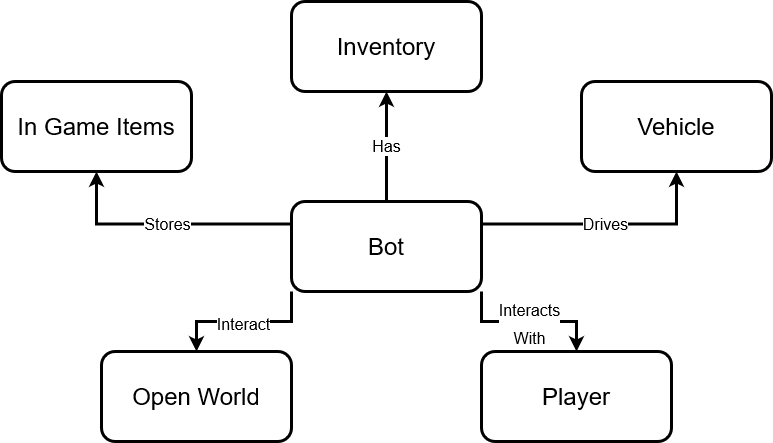
Above: Pictures/crs/crc 8.drawio.png in FM-Man/SPL_2 (draw.io), before the change. Source tidied: cells renumbered, new cells last; positions are measured from the earlier drawing's top-left corner, leaving out a move shared by most shapes. The source it was exported from:
```xml
<mxGraphModel>
  <root>
    <mxCell id="0" />
    <mxCell id="1" parent="0" />
    <mxCell id="2" value="Has" style="edgeStyle=orthogonalEdgeStyle;rounded=0;jettySize=auto;html=1;entryX=0.5;entryY=1;entryDx=0;entryDy=0;fontSize=16;strokeWidth=3;" parent="1" edge="1" source="7" target="8">
      <mxGeometry relative="1" as="geometry" />
    </mxCell>
    <mxCell id="3" value="Drives" style="edgeStyle=orthogonalEdgeStyle;rounded=0;jettySize=auto;html=1;exitX=1;exitY=0.25;exitDx=0;exitDy=0;entryX=0.5;entryY=1;entryDx=0;entryDy=0;fontSize=16;strokeWidth=3;" parent="1" edge="1" source="7" target="9">
      <mxGeometry relative="1" as="geometry" />
    </mxCell>
    <mxCell id="4" value="Stores" style="edgeStyle=orthogonalEdgeStyle;rounded=0;jettySize=auto;html=1;exitX=0;exitY=0.25;exitDx=0;exitDy=0;entryX=0.5;entryY=1;entryDx=0;entryDy=0;fontSize=16;strokeWidth=3;" parent="1" edge="1" source="7" target="10">
      <mxGeometry relative="1" as="geometry" />
    </mxCell>
    <mxCell id="5" value="&lt;font style=&quot;font-size: 16px&quot;&gt;Interact&lt;/font&gt;" style="edgeStyle=orthogonalEdgeStyle;rounded=0;jettySize=auto;html=1;exitX=0;exitY=1;exitDx=0;exitDy=0;entryX=0.5;entryY=0;entryDx=0;entryDy=0;fontSize=24;strokeWidth=3;" parent="1" edge="1" source="7" target="11">
      <mxGeometry relative="1" as="geometry" />
    </mxCell>
    <mxCell id="6" value="&lt;div&gt;&lt;font style=&quot;font-size: 16px&quot;&gt;Interacts&lt;/font&gt;&lt;/div&gt;&lt;div&gt;&lt;font style=&quot;font-size: 16px&quot;&gt;With&lt;/font&gt;&lt;/div&gt;" style="edgeStyle=orthogonalEdgeStyle;rounded=0;jettySize=auto;html=1;exitX=1;exitY=1;exitDx=0;exitDy=0;fontSize=24;strokeWidth=3;" parent="1" edge="1" source="7" target="12">
      <mxGeometry relative="1" as="geometry" />
    </mxCell>
    <mxCell id="7" value="&lt;font style=&quot;font-size: 24px&quot;&gt;Bot&lt;/font&gt;" style="rounded=1;whiteSpace=wrap;html=1;strokeWidth=3;" parent="1" vertex="1">
      <mxGeometry x="290" y="200" width="190" height="90" as="geometry" />
    </mxCell>
    <mxCell id="8" value="&lt;font style=&quot;font-size: 24px&quot;&gt;Inventory&lt;/font&gt;" style="rounded=1;whiteSpace=wrap;html=1;strokeWidth=3;" parent="1" vertex="1">
      <mxGeometry x="290" width="190" height="90" as="geometry" />
    </mxCell>
    <mxCell id="9" value="&lt;font style=&quot;font-size: 24px&quot;&gt;Vehicle&lt;/font&gt;" style="rounded=1;whiteSpace=wrap;html=1;strokeWidth=3;" parent="1" vertex="1">
      <mxGeometry x="580" y="80" width="190" height="90" as="geometry" />
    </mxCell>
    <mxCell id="10" value="&lt;font style=&quot;font-size: 24px&quot;&gt;In Game Items&lt;br&gt;&lt;/font&gt;" style="rounded=1;whiteSpace=wrap;html=1;strokeWidth=3;" parent="1" vertex="1">
      <mxGeometry y="80" width="190" height="90" as="geometry" />
    </mxCell>
    <mxCell id="11" value="&lt;font style=&quot;font-size: 24px&quot;&gt;Open World&lt;br&gt;&lt;/font&gt;" style="rounded=1;whiteSpace=wrap;html=1;strokeWidth=3;" parent="1" vertex="1">
      <mxGeometry x="100" y="350" width="190" height="90" as="geometry" />
    </mxCell>
    <mxCell id="12" value="&lt;font style=&quot;font-size: 24px&quot;&gt;Player&lt;br&gt;&lt;/font&gt;" style="rounded=1;whiteSpace=wrap;html=1;strokeWidth=3;" parent="1" vertex="1">
      <mxGeometry x="480" y="350" width="190" height="90" as="geometry" />
    </mxCell>
  </root>
</mxGraphModel>
```
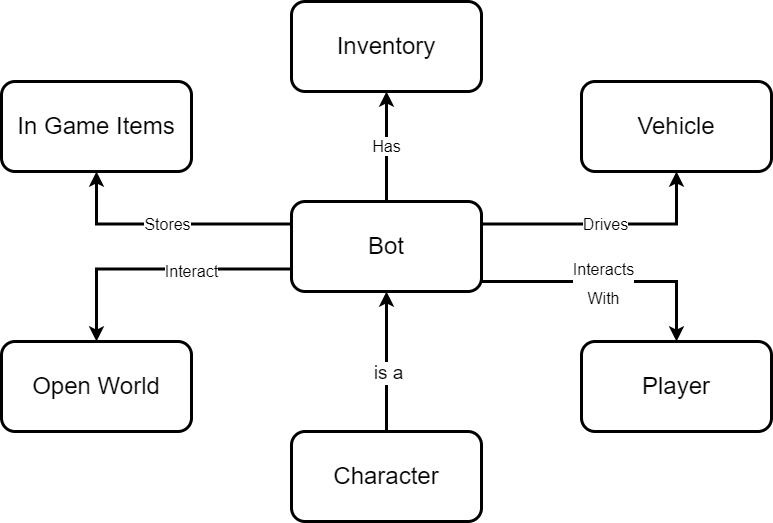
The same diagram one commit later.

What changed in the source:
```diff
@@ -11,11 +11,16 @@
     <mxCell id="4" value="Stores" style="edgeStyle=orthogonalEdgeStyle;rounded=0;jettySize=auto;html=1;exitX=0;exitY=0.25;exitDx=0;exitDy=0;entryX=0.5;entryY=1;entryDx=0;entryDy=0;fontSize=16;strokeWidth=3;" parent="1" edge="1" source="7" target="10">
       <mxGeometry relative="1" as="geometry" />
     </mxCell>
-    <mxCell id="5" value="&lt;font style=&quot;font-size: 16px&quot;&gt;Interact&lt;/font&gt;" style="edgeStyle=orthogonalEdgeStyle;rounded=0;jettySize=auto;html=1;exitX=0;exitY=1;exitDx=0;exitDy=0;entryX=0.5;entryY=0;entryDx=0;entryDy=0;fontSize=24;strokeWidth=3;" parent="1" edge="1" source="7" target="11">
-      <mxGeometry relative="1" as="geometry" />
+    <mxCell id="5" value="&lt;font style=&quot;font-size: 16px&quot;&gt;Interact&lt;/font&gt;" style="edgeStyle=orthogonalEdgeStyle;rounded=0;jettySize=auto;html=1;exitX=0;exitY=0.75;exitDx=0;exitDy=0;entryX=0.5;entryY=0;entryDx=0;entryDy=0;fontSize=24;strokeWidth=3;" parent="1" edge="1" source="7" target="11">
+      <mxGeometry x="-0.25" relative="1" as="geometry" />
     </mxCell>
-    <mxCell id="6" value="&lt;div&gt;&lt;font style=&quot;font-size: 16px&quot;&gt;Interacts&lt;/font&gt;&lt;/div&gt;&lt;div&gt;&lt;font style=&quot;font-size: 16px&quot;&gt;With&lt;/font&gt;&lt;/div&gt;" style="edgeStyle=orthogonalEdgeStyle;rounded=0;jettySize=auto;html=1;exitX=1;exitY=1;exitDx=0;exitDy=0;fontSize=24;strokeWidth=3;" parent="1" edge="1" source="7" target="12">
-      <mxGeometry relative="1" as="geometry" />
+    <mxCell id="6" value="&lt;div&gt;&lt;font style=&quot;font-size: 16px&quot;&gt;Interacts&lt;/font&gt;&lt;/div&gt;&lt;div&gt;&lt;font style=&quot;font-size: 16px&quot;&gt;With&lt;/font&gt;&lt;/div&gt;" style="edgeStyle=orthogonalEdgeStyle;rounded=0;jettySize=auto;html=1;exitX=1;exitY=0.75;exitDx=0;exitDy=0;fontSize=24;strokeWidth=3;" parent="1" edge="1" source="7" target="12">
+      <mxGeometry relative="1" as="geometry">
+        <Array as="points">
+          <mxPoint x="480" y="280" />
+          <mxPoint x="675" y="280" />
+        </Array>
+      </mxGeometry>
     </mxCell>
     <mxCell id="7" value="&lt;font style=&quot;font-size: 24px&quot;&gt;Bot&lt;/font&gt;" style="rounded=1;whiteSpace=wrap;html=1;strokeWidth=3;" parent="1" vertex="1">
       <mxGeometry x="290" y="200" width="190" height="90" as="geometry" />
@@ -30,10 +35,24 @@
       <mxGeometry y="80" width="190" height="90" as="geometry" />
     </mxCell>
     <mxCell id="11" value="&lt;font style=&quot;font-size: 24px&quot;&gt;Open World&lt;br&gt;&lt;/font&gt;" style="rounded=1;whiteSpace=wrap;html=1;strokeWidth=3;" parent="1" vertex="1">
-      <mxGeometry x="100" y="350" width="190" height="90" as="geometry" />
+      <mxGeometry y="340" width="190" height="90" as="geometry" />
     </mxCell>
     <mxCell id="12" value="&lt;font style=&quot;font-size: 24px&quot;&gt;Player&lt;br&gt;&lt;/font&gt;" style="rounded=1;whiteSpace=wrap;html=1;strokeWidth=3;" parent="1" vertex="1">
-      <mxGeometry x="480" y="350" width="190" height="90" as="geometry" />
+      <mxGeometry x="580" y="340" width="190" height="90" as="geometry" />
     </mxCell>
+    <mxCell id="13" style="edgeStyle=orthogonalEdgeStyle;rounded=0;jettySize=auto;html=1;entryX=0.5;entryY=1;entryDx=0;entryDy=0;fontSize=19;strokeWidth=3;" parent="1" edge="1" source="15" target="7">
+      <mxGeometry relative="1" as="geometry">
+        <Array as="points">
+          <mxPoint x="385" y="360" />
+          <mxPoint x="385" y="360" />
+        </Array>
+      </mxGeometry>
+    </mxCell>
+    <mxCell id="14" value="is a" style="edgeLabel;html=1;align=center;verticalAlign=middle;fontSize=19;" parent="13" vertex="1">
+      <mxGeometry x="-0.16" y="-1" relative="1" as="geometry" />
+    </mxCell>
+    <mxCell id="15" value="&lt;font style=&quot;font-size: 24px&quot;&gt;Character&lt;br&gt;&lt;/font&gt;" style="rounded=1;whiteSpace=wrap;html=1;strokeWidth=3;" parent="1" vertex="1">
+      <mxGeometry x="290" y="430" width="190" height="90" as="geometry" />
+    </mxCell>
   </root>
 </mxGraphModel>
```
